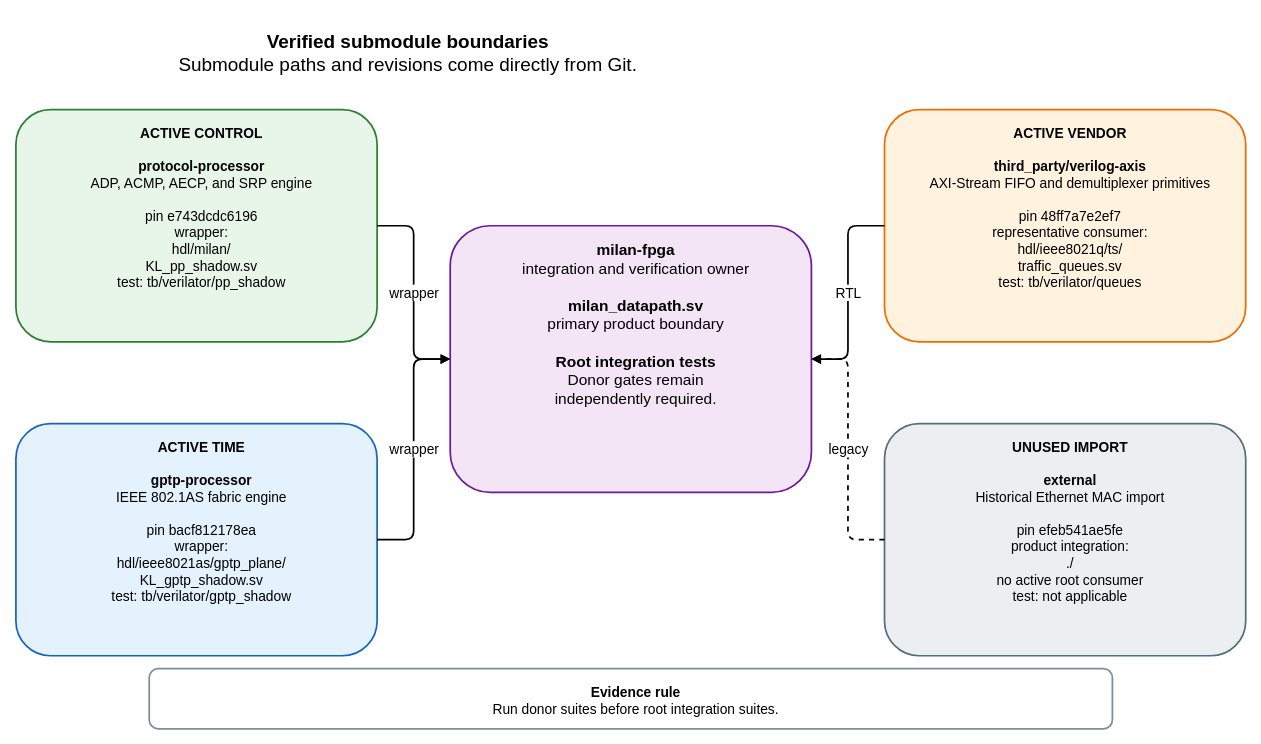
This is docs/diagrams/submodule_boundaries.drawio from kebag-logic/milan-fpga, a draw.io file, before an edit. Source tidied: cells renumbered, new cells numbered last; positions are measured from the earlier drawing's top-left corner, leaving out a move shared by most shapes. Both pictures are drawn from the tidied source at 86%, with x=0, y=0 at pixel (15, 15).
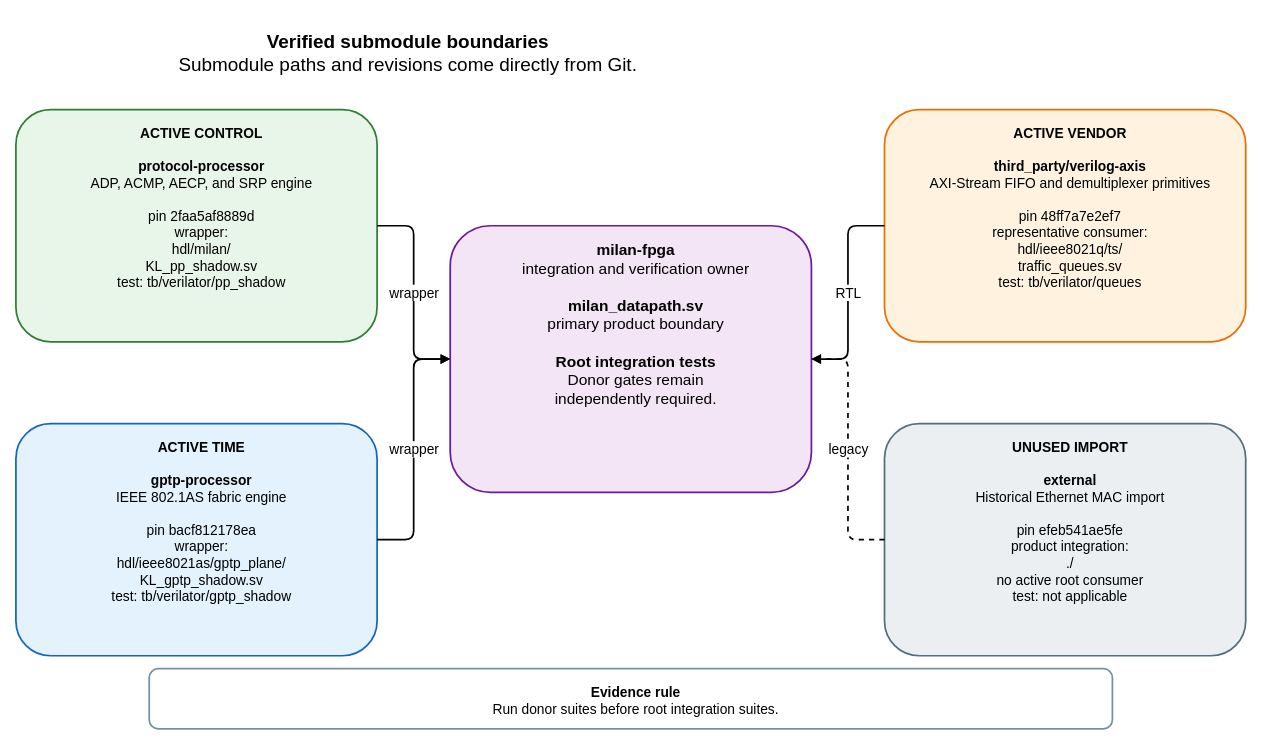
Above is the later version.

Change to the diagram source:
```diff
@@
 <mxGraphModel>
   <root>
     <mxCell id="0" />
     <mxCell id="1" parent="0" />
     <mxCell id="2" value="&lt;b&gt;Verified submodule boundaries&lt;/b&gt;&lt;br&gt;Submodule paths and revisions come directly from Git." style="rounded=1;whiteSpace=wrap;html=1;verticalAlign=top;spacingTop=12;spacingLeft=12;fontSize=22;fontFamily=Helvetica;fillColor=none;strokeColor=none;strokeWidth=2;" parent="1" vertex="1">
       <mxGeometry width="900" height="65" as="geometry" />
     </mxCell>
     <mxCell id="3" value="&lt;b&gt;milan-fpga&lt;/b&gt;&lt;br&gt;integration and verification owner&lt;br&gt;&lt;br&gt;&lt;b&gt;milan_datapath.sv&lt;/b&gt;&lt;br&gt;primary product boundary&lt;br&gt;&lt;br&gt;&lt;b&gt;Root integration tests&lt;/b&gt;&lt;br&gt;Donor gates remain&lt;br&gt;independently required." style="rounded=1;whiteSpace=wrap;html=1;verticalAlign=top;spacingTop=12;spacingLeft=12;fontSize=18;fontFamily=Helvetica;fillColor=#F3E5F5;strokeColor=#6A1B9A;strokeWidth=2;" parent="1" vertex="1">
       <mxGeometry x="505" y="245" width="420" height="310" as="geometry" />
     </mxCell>
-    <mxCell id="4" value="&lt;b&gt;ACTIVE CONTROL&lt;/b&gt;&lt;br&gt;&lt;br&gt;&lt;b&gt;protocol-processor&lt;/b&gt;&lt;br&gt;ADP, ACMP, AECP, and SRP engine&lt;br&gt;&lt;br&gt;pin e743dcdc6196&lt;br&gt;wrapper:&lt;br&gt;hdl/milan/&lt;br&gt;KL_pp_shadow.sv&lt;br&gt;test: tb/verilator/pp_shadow" style="rounded=1;whiteSpace=wrap;html=1;verticalAlign=top;spacingTop=12;spacingLeft=12;fontSize=16;fontFamily=Helvetica;fillColor=#E8F5E9;strokeColor=#2E7D32;strokeWidth=2;" parent="1" vertex="1">
+    <mxCell id="4" value="&lt;b&gt;ACTIVE CONTROL&lt;/b&gt;&lt;br&gt;&lt;br&gt;&lt;b&gt;protocol-processor&lt;/b&gt;&lt;br&gt;ADP, ACMP, AECP, and SRP engine&lt;br&gt;&lt;br&gt;pin 2faa5af8889d&lt;br&gt;wrapper:&lt;br&gt;hdl/milan/&lt;br&gt;KL_pp_shadow.sv&lt;br&gt;test: tb/verilator/pp_shadow" style="rounded=1;whiteSpace=wrap;html=1;verticalAlign=top;spacingTop=12;spacingLeft=12;fontSize=16;fontFamily=Helvetica;fillColor=#E8F5E9;strokeColor=#2E7D32;strokeWidth=2;" parent="1" vertex="1">
       <mxGeometry y="110" width="420" height="270" as="geometry" />
     </mxCell>
     <mxCell id="5" value="&lt;b&gt;ACTIVE TIME&lt;/b&gt;&lt;br&gt;&lt;br&gt;&lt;b&gt;gptp-processor&lt;/b&gt;&lt;br&gt;IEEE 802.1AS fabric engine&lt;br&gt;&lt;br&gt;pin bacf812178ea&lt;br&gt;wrapper:&lt;br&gt;hdl/ieee8021as/gptp_plane/&lt;br&gt;KL_gptp_shadow.sv&lt;br&gt;test: tb/verilator/gptp_shadow" style="rounded=1;whiteSpace=wrap;html=1;verticalAlign=top;spacingTop=12;spacingLeft=12;fontSize=16;fontFamily=Helvetica;fillColor=#E3F2FD;strokeColor=#1565C0;strokeWidth=2;" parent="1" vertex="1">
       <mxGeometry y="475" width="420" height="270" as="geometry" />
     </mxCell>
     <mxCell id="6" value="&lt;b&gt;ACTIVE VENDOR&lt;/b&gt;&lt;br&gt;&lt;br&gt;&lt;b&gt;third_party/verilog-axis&lt;/b&gt;&lt;br&gt;AXI-Stream FIFO and demultiplexer primitives&lt;br&gt;&lt;br&gt;pin 48ff7a7e2ef7&lt;br&gt;representative consumer:&lt;br&gt;hdl/ieee8021q/ts/&lt;br&gt;traffic_queues.sv&lt;br&gt;test: tb/verilator/queues" style="rounded=1;whiteSpace=wrap;html=1;verticalAlign=top;spacingTop=12;spacingLeft=12;fontSize=16;fontFamily=Helvetica;fillColor=#FFF3E0;strokeColor=#EF6C00;strokeWidth=2;" parent="1" vertex="1">
       <mxGeometry x="1010" y="110" width="420" height="270" as="geometry" />
     </mxCell>
     <mxCell id="7" value="&lt;b&gt;UNUSED IMPORT&lt;/b&gt;&lt;br&gt;&lt;br&gt;&lt;b&gt;external&lt;/b&gt;&lt;br&gt;Historical Ethernet MAC import&lt;br&gt;&lt;br&gt;pin efeb541ae5fe&lt;br&gt;product integration:&lt;br&gt;./&lt;br&gt;no active root consumer&lt;br&gt;test: not applicable" style="rounded=1;whiteSpace=wrap;html=1;verticalAlign=top;spacingTop=12;spacingLeft=12;fontSize=16;fontFamily=Helvetica;fillColor=#ECEFF1;strokeColor=#546E7A;strokeWidth=2;" parent="1" vertex="1">
       <mxGeometry x="1010" y="475" width="420" height="270" as="geometry" />
     </mxCell>
     <mxCell id="8" value="wrapper" style="edgeStyle=orthogonalEdgeStyle;rounded=1;jettySize=auto;html=1;endArrow=block;endFill=1;strokeWidth=2;fontSize=16;fontFamily=Helvetica;labelBackgroundColor=#FFFFFF;" parent="1" edge="1" source="4" target="3">
       <mxGeometry relative="1" as="geometry" />
     </mxCell>
     <mxCell id="9" value="wrapper" style="edgeStyle=orthogonalEdgeStyle;rounded=1;jettySize=auto;html=1;endArrow=block;endFill=1;strokeWidth=2;fontSize=16;fontFamily=Helvetica;labelBackgroundColor=#FFFFFF;" parent="1" edge="1" source="5" target="3">
       <mxGeometry relative="1" as="geometry" />
     </mxCell>
     <mxCell id="10" value="RTL" style="edgeStyle=orthogonalEdgeStyle;rounded=1;jettySize=auto;html=1;endArrow=block;endFill=1;strokeWidth=2;fontSize=16;fontFamily=Helvetica;labelBackgroundColor=#FFFFFF;" parent="1" edge="1" source="6" target="3">
       <mxGeometry relative="1" as="geometry" />
     </mxCell>
     <mxCell id="11" value="legacy" style="edgeStyle=orthogonalEdgeStyle;rounded=1;jettySize=auto;html=1;endArrow=block;endFill=1;strokeWidth=2;fontSize=16;fontFamily=Helvetica;labelBackgroundColor=#FFFFFF;dashed=1;" parent="1" edge="1" source="7" target="3">
       <mxGeometry relative="1" as="geometry" />
     </mxCell>
     <mxCell id="12" value="&lt;b&gt;Evidence rule&lt;/b&gt;&lt;br&gt;Run donor suites before root integration suites." style="rounded=1;whiteSpace=wrap;html=1;verticalAlign=top;spacingTop=12;spacingLeft=12;fontSize=16;fontFamily=Helvetica;fillColor=#FFFFFF;strokeColor=#78909C;strokeWidth=2;" parent="1" vertex="1">
       <mxGeometry x="155" y="760" width="1120" height="70" as="geometry" />
     </mxCell>
   </root>
 </mxGraphModel>
```
